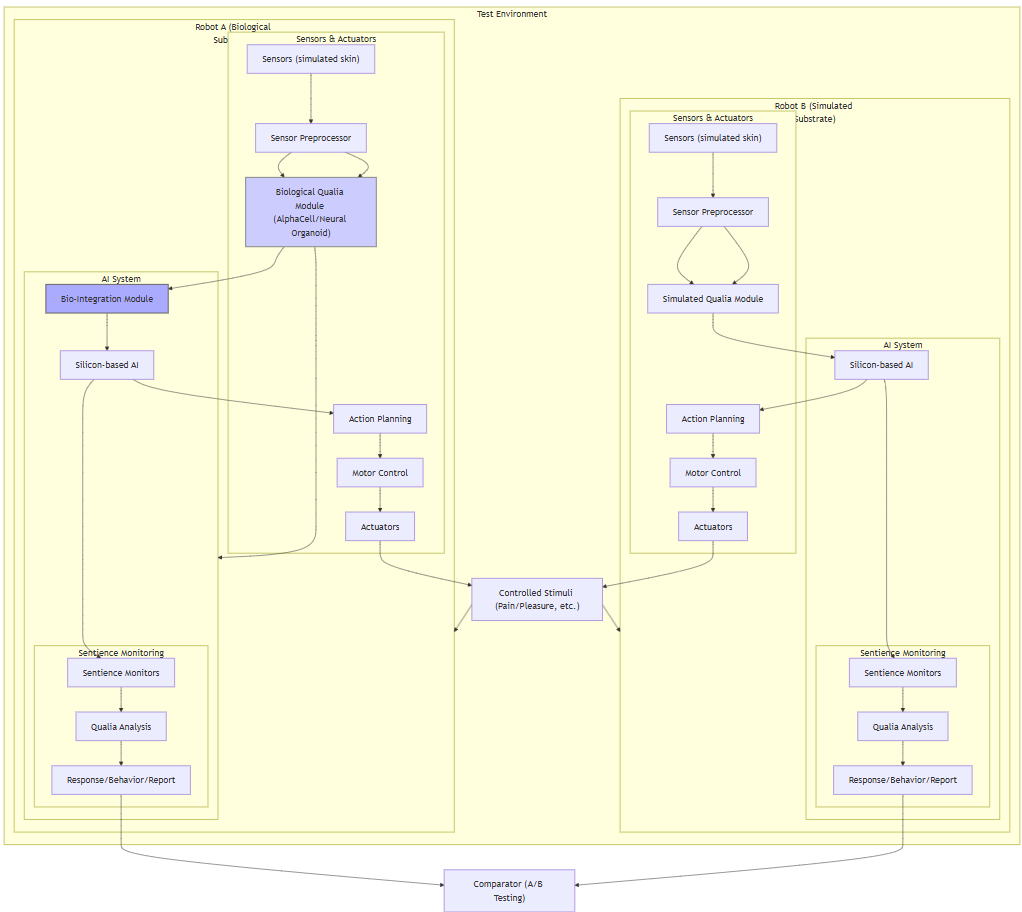
The Mermaid diagram 6-two_robot_test2.png in nshkrdotcom/diagram_experiments, before a commit. Its source is kept beside it as 6-two_robot_test2.mermaid.
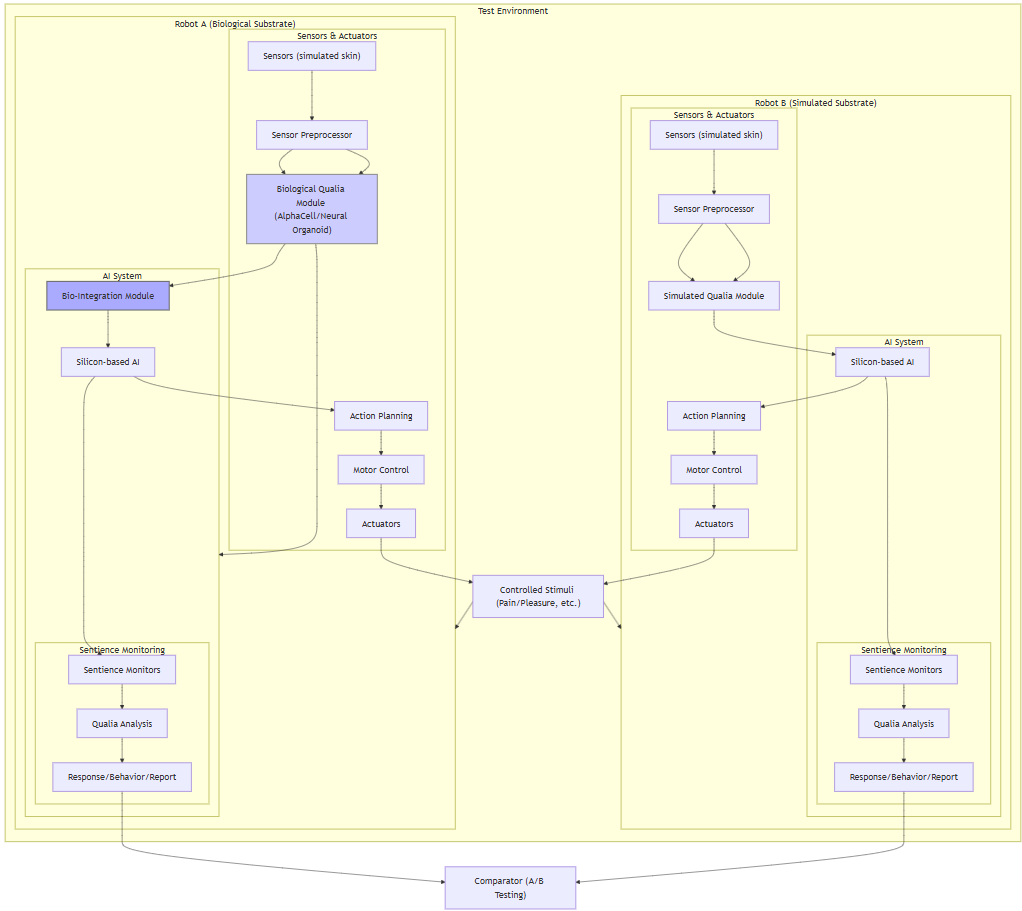
Above is the later version.

Diff of the diagram source:
```diff
@@ -1,9 +1,9 @@
 graph
-    subgraph Environment["Test Environment"]
+    subgraph Environment["Test&nbsp;Environment"]
         Stimulus["Controlled Stimuli (Pain/Pleasure, etc.)"] --> RobotA & RobotB
     end
 
-    subgraph RobotA["Robot A (Biological Substrate)"]
+    subgraph RobotA["Robot&nbsp;A&nbsp;(Biological&nbsp;Substrate)"]
         subgraph Sensors_ActuatorsA["Sensors & Actuators"]
             SensorsA["Sensors (simulated skin)"] --> PreprocessorA["Sensor Preprocessor"]
             PreprocessorA --> QualiaModuleA
@@ -13,13 +13,13 @@
         end
 
 
-        subgraph AI_A["AI System"]
+        subgraph AI_A["AI&nbsp;System"]
             AISiliconA["Silicon-based AI"]
             QualiaModuleA["Biological Qualia Module (AlphaCell/Neural Organoid)"] --> BioIntegratorA["Bio-Integration Module"]
             BioIntegratorA --> AISiliconA
             AISiliconA --> ActionPlanningA["Action Planning"]
 
-            subgraph Sentience_Monitoring_A["Sentience Monitoring"]
+            subgraph Sentience_Monitoring_A["Sentience&nbsp;Monitoring"]
                 SMA["Sentience Monitors"] --> SQA["Qualia Analysis"]
                 SQA --> OutputA["Response/Behavior/Report"]
             end
@@ -30,8 +30,8 @@
     end
 
 
-    subgraph RobotB["Robot B (Simulated Substrate)"]
-         subgraph Sensors_ActuatorsB["Sensors & Actuators"]
+    subgraph RobotB["Robot&nbsp;B&nbsp;(Simulated&nbsp;Substrate)"]
+         subgraph Sensors_ActuatorsB["Sensors&nbsp;&&nbsp;Actuators"]
             SensorsB["Sensors (simulated skin)"] --> PreprocessorB["Sensor Preprocessor"]
              PreprocessorB --> QualiaModuleB
             ActionPlanningB --> MotorControlB["Motor Control"]
@@ -39,12 +39,12 @@
 
         end
 
-        subgraph AI_B["AI System"]
+        subgraph AI_B["AI&nbsp;System"]
             AISiliconB["Silicon-based AI"]
            QualiaModuleB["Simulated Qualia Module"] -->  AISiliconB
             AISiliconB --> ActionPlanningB["Action Planning"]
 
-            subgraph Sentience_Monitoring_B["Sentience Monitoring"]
+            subgraph Sentience_Monitoring_B["Sentience&nbsp;Monitoring"]
                 SMB["Sentience Monitors"] --> SQB["Qualia Analysis"]
                 SQB --> OutputB["Response/Behavior/Report"]
             end
```
